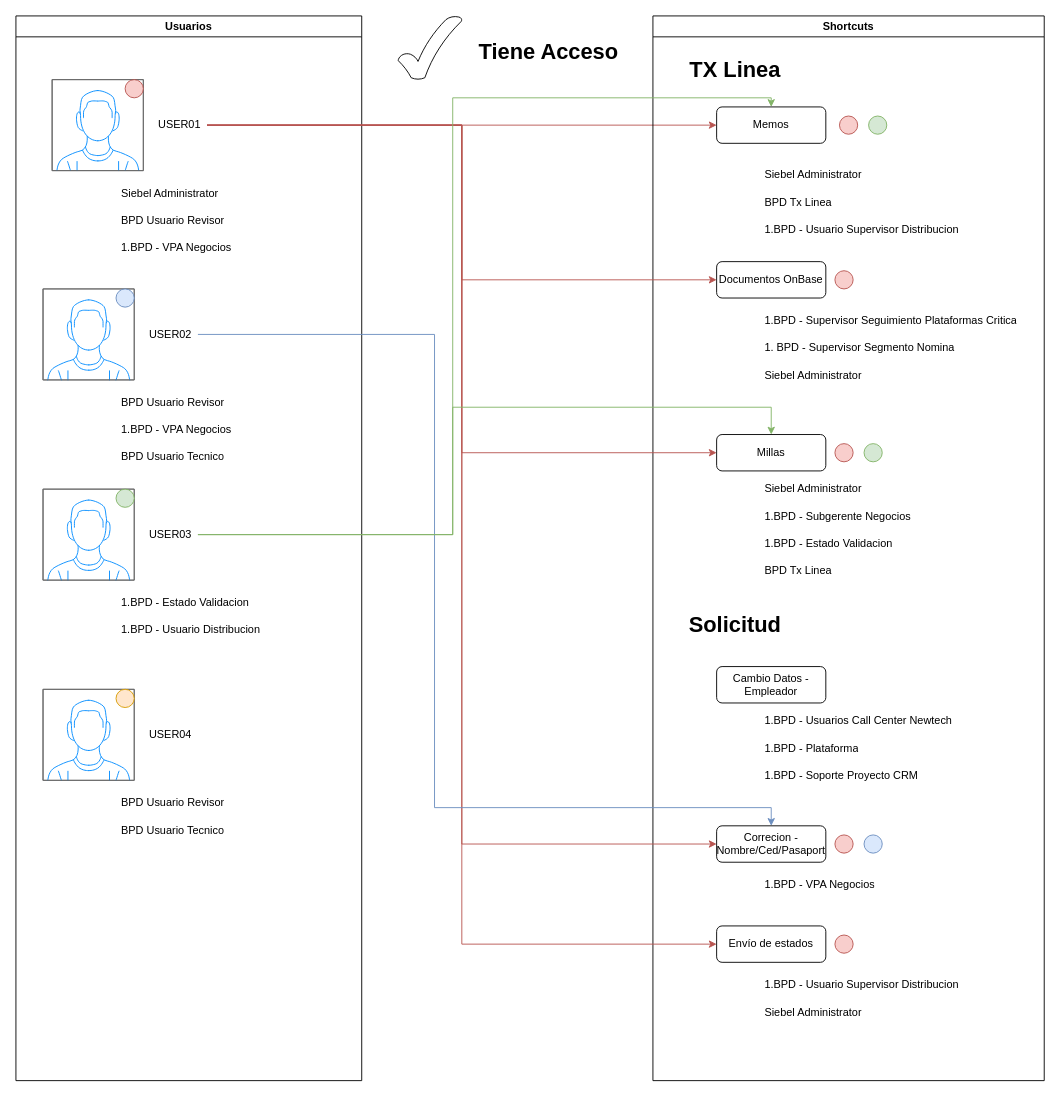
Jhonvf20/draw-io-graphs keeps this draw.io diagram as Acceso Shortcuts BPD.drawio. Above is the earlier version. Source tidied: cells renumbered, new cells numbered last; positions are measured from the earlier drawing's top-left corner, leaving out a move shared by most shapes. Both pictures are drawn from the tidied source at 91%, with x=0, y=0 at pixel (15, 15).
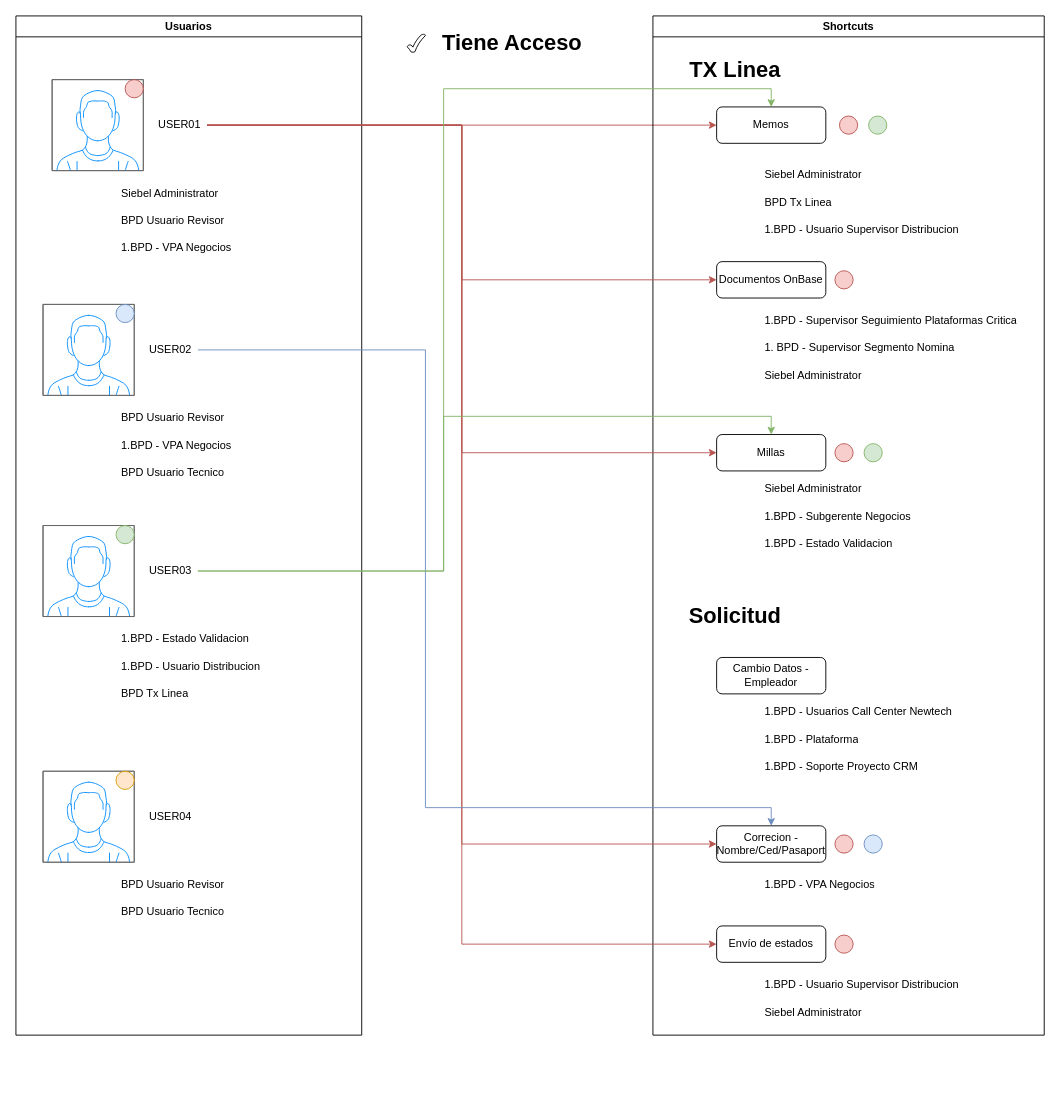
The same page after the edit.

The change refers to these unchanged cells:
```xml
<mxCell id="29" value="Memos" style="rounded=1;whiteSpace=wrap;html=1;" parent="28" vertex="1">
  <mxGeometry x="70" y="100" width="120" height="40" as="geometry" />
</mxCell>
<mxCell id="33" value="Millas" style="rounded=1;whiteSpace=wrap;html=1;" parent="28" vertex="1">
  <mxGeometry x="70" y="460" width="120" height="40" as="geometry" />
</mxCell>
<mxCell id="36" value="Correcion -Nombre/Ced/Pasaport" style="rounded=1;whiteSpace=wrap;html=1;" parent="28" vertex="1">
  <mxGeometry x="70" y="890" width="120" height="40" as="geometry" />
</mxCell>
```

Change to the diagram source:
```diff
@@
     <mxCell id="3" style="verticalLabelPosition=bottom;verticalAlign=top;html=1;shape=mxgraph.basic.tick;" parent="1" vertex="1">
-      <mxGeometry x="420" width="70" height="70" as="geometry" />
+      <mxGeometry x="430" y="20" width="20" height="20" as="geometry" />
     </mxCell>
     <mxCell id="4" value="Tiene Acceso" style="text;strokeColor=none;fillColor=none;html=1;fontSize=24;fontStyle=1;verticalAlign=middle;align=center;" parent="1" vertex="1">
-      <mxGeometry x="500" y="20" width="170" height="40" as="geometry" />
+      <mxGeometry x="460" y="10" width="170" height="40" as="geometry" />
     </mxCell>
     <mxCell id="5" value="Usuarios" style="swimlane;whiteSpace=wrap;html=1;startSize=23;" parent="1" vertex="1">
-      <mxGeometry width="380" height="1170" as="geometry" />
+      <mxGeometry width="380" height="1120" as="geometry" />
     </mxCell>
@@
     <mxCell id="8" style="verticalLabelPosition=bottom;shadow=0;dashed=0;align=center;html=1;verticalAlign=top;strokeWidth=1;shape=mxgraph.mockup.containers.userMale;strokeColor=#666666;strokeColor2=#008cff;" parent="5" vertex="1">
-      <mxGeometry x="30" y="300" width="100" height="100" as="geometry" />
+      <mxGeometry x="30" y="317" width="100" height="100" as="geometry" />
     </mxCell>
     <mxCell id="9" value="USER02" style="text;html=1;align=center;verticalAlign=middle;whiteSpace=wrap;rounded=0;" parent="5" vertex="1">
-      <mxGeometry x="140" y="335" width="60" height="30" as="geometry" />
+      <mxGeometry x="140" y="352" width="60" height="30" as="geometry" />
     </mxCell>
     <mxCell id="10" style="verticalLabelPosition=bottom;shadow=0;dashed=0;align=center;html=1;verticalAlign=top;strokeWidth=1;shape=mxgraph.mockup.containers.userMale;strokeColor=#666666;strokeColor2=#008cff;" parent="5" vertex="1">
-      <mxGeometry x="30" y="520" width="100" height="100" as="geometry" />
+      <mxGeometry x="30" y="560" width="100" height="100" as="geometry" />
     </mxCell>
     <mxCell id="11" value="USER03" style="text;html=1;align=center;verticalAlign=middle;whiteSpace=wrap;rounded=0;" parent="5" vertex="1">
-      <mxGeometry x="140" y="555" width="60" height="30" as="geometry" />
+      <mxGeometry x="140" y="595" width="60" height="30" as="geometry" />
     </mxCell>
     <mxCell id="12" style="verticalLabelPosition=bottom;shadow=0;dashed=0;align=center;html=1;verticalAlign=top;strokeWidth=1;shape=mxgraph.mockup.containers.userMale;strokeColor=#666666;strokeColor2=#008cff;" parent="5" vertex="1">
-      <mxGeometry x="30" y="740" width="100" height="100" as="geometry" />
+      <mxGeometry x="30" y="830" width="100" height="100" as="geometry" />
     </mxCell>
     <mxCell id="13" value="USER04" style="text;html=1;align=center;verticalAlign=middle;whiteSpace=wrap;rounded=0;" parent="5" vertex="1">
-      <mxGeometry x="140" y="775" width="60" height="30" as="geometry" />
+      <mxGeometry x="140" y="865" width="60" height="30" as="geometry" />
     </mxCell>
@@
     <mxCell id="17" value="1.BPD - VPA Negocios" style="text;strokeColor=none;fillColor=none;align=left;verticalAlign=middle;spacingLeft=4;spacingRight=4;overflow=hidden;whiteSpace=wrap;html=1;" parent="5" vertex="1">
-      <mxGeometry x="110" y="440" width="230" height="30" as="geometry" />
+      <mxGeometry x="110" y="457" width="230" height="30" as="geometry" />
     </mxCell>
     <mxCell id="18" value="BPD Usuario Revisor" style="text;strokeColor=none;fillColor=none;align=left;verticalAlign=middle;spacingLeft=4;spacingRight=4;overflow=hidden;whiteSpace=wrap;html=1;" parent="5" vertex="1">
-      <mxGeometry x="110" y="410" width="150" height="30" as="geometry" />
+      <mxGeometry x="110" y="427" width="150" height="30" as="geometry" />
     </mxCell>
     <mxCell id="19" value="1.BPD - Estado Validacion" style="text;strokeColor=none;fillColor=none;align=left;verticalAlign=middle;spacingLeft=4;spacingRight=4;overflow=hidden;whiteSpace=wrap;html=1;" parent="5" vertex="1">
-      <mxGeometry x="110" y="630" width="190" height="30" as="geometry" />
+      <mxGeometry x="110" y="670" width="190" height="30" as="geometry" />
     </mxCell>
     <mxCell id="20" value="1.BPD - Usuario Distribucion" style="text;strokeColor=none;fillColor=none;align=left;verticalAlign=middle;spacingLeft=4;spacingRight=4;overflow=hidden;whiteSpace=wrap;html=1;" parent="5" vertex="1">
-      <mxGeometry x="110" y="660" width="230" height="30" as="geometry" />
+      <mxGeometry x="110" y="700" width="230" height="30" as="geometry" />
     </mxCell>
     <mxCell id="21" value="BPD Usuario Revisor" style="text;strokeColor=none;fillColor=none;align=left;verticalAlign=middle;spacingLeft=4;spacingRight=4;overflow=hidden;whiteSpace=wrap;html=1;" parent="5" vertex="1">
-      <mxGeometry x="110" y="850" width="150" height="30" as="geometry" />
+      <mxGeometry x="110" y="940" width="150" height="30" as="geometry" />
     </mxCell>
     <mxCell id="22" value="BPD Usuario Tecnico" style="text;strokeColor=none;fillColor=none;align=left;verticalAlign=middle;spacingLeft=4;spacingRight=4;overflow=hidden;whiteSpace=wrap;html=1;" parent="5" vertex="1">
-      <mxGeometry x="110" y="880" width="150" height="30" as="geometry" />
+      <mxGeometry x="110" y="970" width="150" height="30" as="geometry" />
     </mxCell>
     <mxCell id="23" value="BPD Usuario Tecnico" style="text;strokeColor=none;fillColor=none;align=left;verticalAlign=middle;spacingLeft=4;spacingRight=4;overflow=hidden;whiteSpace=wrap;html=1;" parent="5" vertex="1">
-      <mxGeometry x="110" y="470" width="150" height="30" as="geometry" />
+      <mxGeometry x="110" y="487" width="150" height="30" as="geometry" />
     </mxCell>
@@
     <mxCell id="25" style="ellipse;whiteSpace=wrap;html=1;fillColor=#d5e8d4;strokeColor=#82b366;" parent="5" vertex="1">
-      <mxGeometry x="110" y="520" width="20" height="20" as="geometry" />
+      <mxGeometry x="110" y="560" width="20" height="20" as="geometry" />
     </mxCell>
     <mxCell id="26" style="ellipse;whiteSpace=wrap;html=1;fillColor=#dae8fc;strokeColor=#6c8ebf;" parent="5" vertex="1">
-      <mxGeometry x="110" y="300" width="20" height="20" as="geometry" />
+      <mxGeometry x="110" y="317" width="20" height="20" as="geometry" />
     </mxCell>
     <mxCell id="27" style="ellipse;whiteSpace=wrap;html=1;fillColor=#ffe6cc;strokeColor=#d79b00;" parent="5" vertex="1">
-      <mxGeometry x="110" y="740" width="20" height="20" as="geometry" />
+      <mxGeometry x="110" y="830" width="20" height="20" as="geometry" />
     </mxCell>
+    <mxCell id="43" value="BPD Tx Linea" style="text;strokeColor=none;fillColor=none;align=left;verticalAlign=middle;spacingLeft=4;spacingRight=4;overflow=hidden;whiteSpace=wrap;html=1;" parent="5" vertex="1">
+      <mxGeometry x="110" y="730" width="120" height="30" as="geometry" />
+    </mxCell>
     <mxCell id="28" value="Shortcuts" style="swimlane;whiteSpace=wrap;html=1;" parent="1" vertex="1">
-      <mxGeometry x="700" width="430" height="1170" as="geometry" />
+      <mxGeometry x="700" width="430" height="1120" as="geometry" />
     </mxCell>
@@
     <mxCell id="34" value="Cambio Datos -Empleador" style="rounded=1;whiteSpace=wrap;html=1;" parent="28" vertex="1">
-      <mxGeometry x="70" y="715" width="120" height="40" as="geometry" />
+      <mxGeometry x="70" y="705" width="120" height="40" as="geometry" />
     </mxCell>
     <mxCell id="35" value="Solicitud" style="text;strokeColor=none;fillColor=none;html=1;fontSize=24;fontStyle=1;verticalAlign=middle;align=center;" parent="28" vertex="1">
-      <mxGeometry x="40" y="650" width="100" height="40" as="geometry" />
+      <mxGeometry x="40" y="640" width="100" height="40" as="geometry" />
     </mxCell>
@@
-    <mxCell id="43" value="BPD Tx Linea" style="text;strokeColor=none;fillColor=none;align=left;verticalAlign=middle;spacingLeft=4;spacingRight=4;overflow=hidden;whiteSpace=wrap;html=1;" parent="28" vertex="1">
-      <mxGeometry x="117" y="595" width="120" height="30" as="geometry" />
-    </mxCell>
     <mxCell id="44" value="1.BPD - Usuarios Call Center Newtech" style="text;strokeColor=none;fillColor=none;align=left;verticalAlign=middle;spacingLeft=4;spacingRight=4;overflow=hidden;whiteSpace=wrap;html=1;" parent="28" vertex="1">
-      <mxGeometry x="117" y="760" width="230" height="30" as="geometry" />
+      <mxGeometry x="117" y="750" width="230" height="30" as="geometry" />
     </mxCell>
     <mxCell id="45" value="1.BPD - Plataforma" style="text;strokeColor=none;fillColor=none;align=left;verticalAlign=middle;spacingLeft=4;spacingRight=4;overflow=hidden;whiteSpace=wrap;html=1;" parent="28" vertex="1">
-      <mxGeometry x="117" y="790" width="230" height="30" as="geometry" />
+      <mxGeometry x="117" y="780" width="230" height="30" as="geometry" />
     </mxCell>
     <mxCell id="46" value="1.BPD - Soporte Proyecto CRM" style="text;strokeColor=none;fillColor=none;align=left;verticalAlign=middle;spacingLeft=4;spacingRight=4;overflow=hidden;whiteSpace=wrap;html=1;" parent="28" vertex="1">
-      <mxGeometry x="117" y="820" width="230" height="30" as="geometry" />
+      <mxGeometry x="117" y="810" width="230" height="30" as="geometry" />
     </mxCell>
@@
     <mxCell id="65" style="edgeStyle=orthogonalEdgeStyle;rounded=0;jettySize=auto;html=1;exitX=1;exitY=0.5;exitDx=0;exitDy=0;entryX=0.5;entryY=0;entryDx=0;entryDy=0;fillColor=#dae8fc;strokeColor=#6c8ebf;" parent="1" edge="1" source="9" target="36">
       <mxGeometry relative="1" as="geometry">
         <Array as="points">
-          <mxPoint x="460" y="350" />
-          <mxPoint x="460" y="870" />
+          <mxPoint x="450" y="367" />
+          <mxPoint x="450" y="870" />
           <mxPoint x="830" y="870" />
         </Array>
       </mxGeometry>
     </mxCell>
     <mxCell id="66" style="edgeStyle=orthogonalEdgeStyle;rounded=0;jettySize=auto;html=1;exitX=1;exitY=0.5;exitDx=0;exitDy=0;entryX=0.5;entryY=0;entryDx=0;entryDy=0;fillColor=#d5e8d4;strokeColor=#82b366;" parent="1" edge="1" source="11" target="33">
       <mxGeometry relative="1" as="geometry">
         <Array as="points">
-          <mxPoint x="480" y="570" />
-          <mxPoint x="480" y="430" />
-          <mxPoint x="830" y="430" />
+          <mxPoint x="470" y="610" />
+          <mxPoint x="470" y="440" />
+          <mxPoint x="830" y="440" />
         </Array>
       </mxGeometry>
     </mxCell>
     <mxCell id="67" style="edgeStyle=orthogonalEdgeStyle;rounded=0;jettySize=auto;html=1;exitX=1;exitY=0.5;exitDx=0;exitDy=0;entryX=0.5;entryY=0;entryDx=0;entryDy=0;fillColor=#d5e8d4;strokeColor=#82b366;" parent="1" edge="1" source="11" target="29">
       <mxGeometry relative="1" as="geometry">
         <Array as="points">
-          <mxPoint x="480" y="570" />
-          <mxPoint x="480" y="90" />
-          <mxPoint x="830" y="90" />
+          <mxPoint x="470" y="610" />
+          <mxPoint x="470" y="80" />
+          <mxPoint x="830" y="80" />
         </Array>
       </mxGeometry>
     </mxCell>
```
